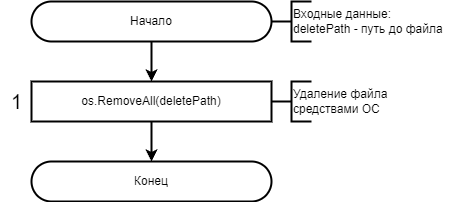
The draw.io diagram images/algorithm/storage/algorithm-storage-delete-handler.drawio.png in necroin/vss-docs, before a commit. Source tidied: cells renumbered, new cells last; positions are measured from the earlier drawing's top-left corner, leaving out a move shared by most shapes.
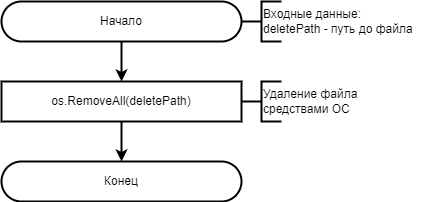
After the change.

The edit, as a diff of the source:
```diff
@@ -23,9 +23,6 @@
     <mxCell id="8" style="endArrow=classic;html=1;rounded=0;strokeWidth=2;exitX=0.5;exitY=1;exitDx=0;exitDy=0;entryX=0.5;entryY=0;entryDx=0;entryDy=0;" parent="1" edge="1" source="5" target="6">
       <mxGeometry relative="1" as="geometry" />
     </mxCell>
-    <mxCell id="9" value="1" style="text;html=1;align=center;verticalAlign=middle;strokeColor=none;fillColor=none;fontSize=20;strokeWidth=2;" parent="1" vertex="1">
-      <mxGeometry y="80" width="30" height="40" as="geometry" />
-    </mxCell>
     <mxCell id="10" style="strokeWidth=2;html=1;shape=mxgraph.flowchart.annotation_2;align=left;labelPosition=right;" parent="1" vertex="1">
       <mxGeometry x="270" y="80" width="40" height="40" as="geometry" />
     </mxCell>
```
